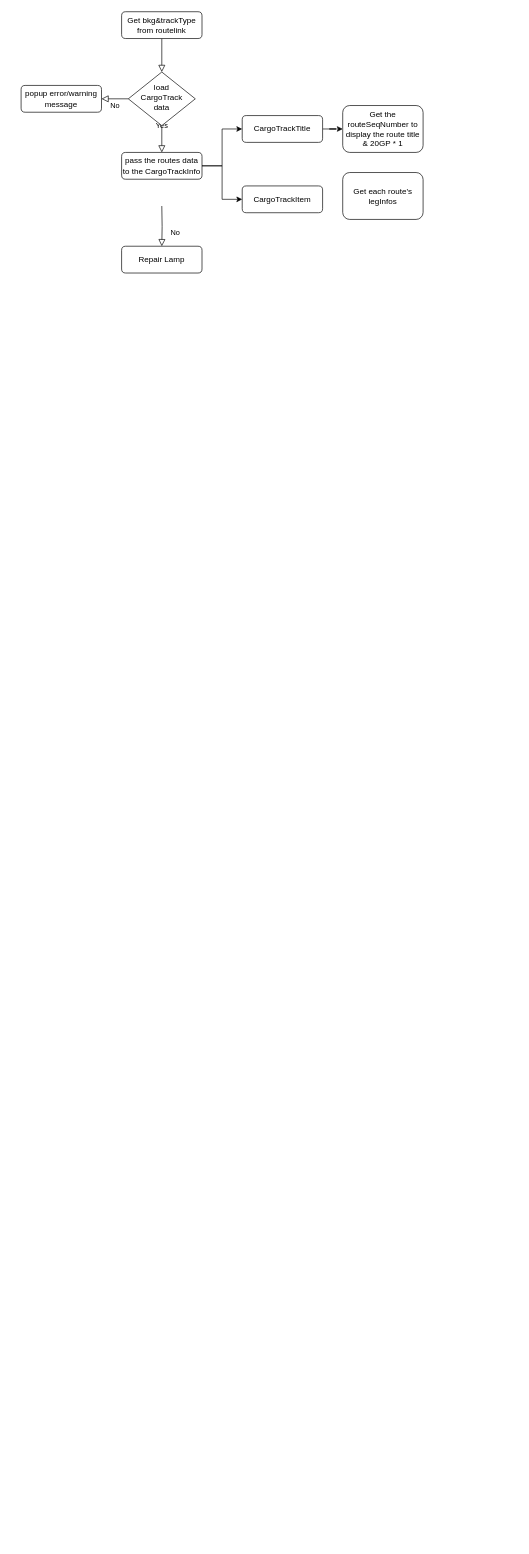
Leewansze/Basic-exercises keeps this draw.io diagram as Untitled Diagram.drawio. Above is the earlier version. Source tidied: cells renumbered, new cells numbered last; positions are measured from the earlier drawing's top-left corner, leaving out a move shared by most shapes. Both pictures are drawn from the tidied source at 67%, with x=0, y=0 at pixel (21, 11).
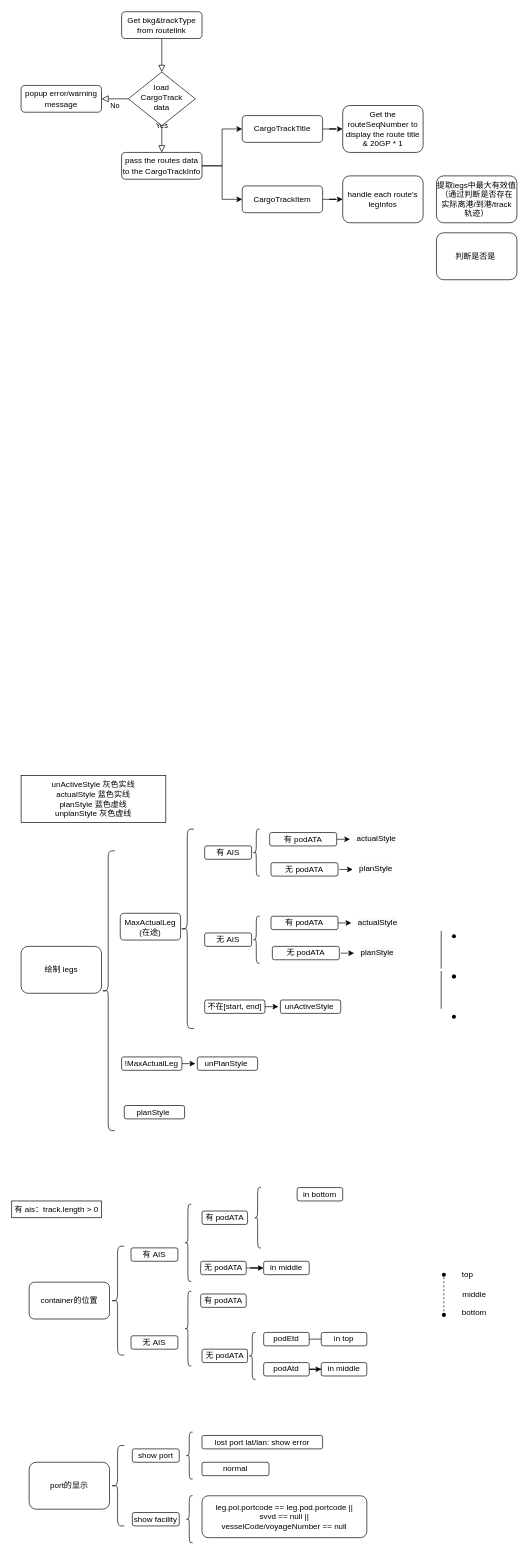
After the change.

Unchanged cells that the change refers to:
```xml
<mxCell id="15" value="CargoTrackItem" style="rounded=1;whiteSpace=wrap;html=1;fontSize=12;glass=0;strokeWidth=1;shadow=0;" parent="1" vertex="1">
  <mxGeometry x="330" y="260" width="120" height="40" as="geometry" />
</mxCell>
```

Change to the diagram source:
```diff
@@
-    <mxCell id="8" value="No" style="rounded=0;html=1;jettySize=auto;fontSize=11;endArrow=block;endFill=0;endSize=8;strokeWidth=1;shadow=0;labelBackgroundColor=none;edgeStyle=orthogonalEdgeStyle;" parent="1" edge="1" target="9">
-      <mxGeometry x="0.33" y="20" relative="1" as="geometry">
-        <mxPoint x="210" y="290" as="sourcePoint" />
-      </mxGeometry>
-    </mxCell>
-    <mxCell id="9" value="Repair Lamp" style="rounded=1;whiteSpace=wrap;html=1;fontSize=12;glass=0;strokeWidth=1;shadow=0;" parent="1" vertex="1">
-      <mxGeometry x="150" y="350" width="120" height="40" as="geometry" />
-    </mxCell>
@@
+    <mxCell id="18" style="edgeStyle=orthogonalEdgeStyle;rounded=0;jettySize=auto;html=1;entryX=0;entryY=0.5;entryDx=0;entryDy=0;" parent="1" edge="1" source="15" target="17">
+      <mxGeometry relative="1" as="geometry" />
+    </mxCell>
@@
-    <mxCell id="17" value="Get each route's legInfos" style="rounded=1;whiteSpace=wrap;html=1;fontSize=12;glass=0;strokeWidth=1;shadow=0;" parent="1" vertex="1">
-      <mxGeometry x="480" y="240" width="120" height="70" as="geometry" />
+    <mxCell id="17" value="handle each route's legInfos" style="rounded=1;whiteSpace=wrap;html=1;fontSize=12;glass=0;strokeWidth=1;shadow=0;" parent="1" vertex="1">
+      <mxGeometry x="480" y="245" width="120" height="70" as="geometry" />
     </mxCell>
+    <mxCell id="19" value="提取legs中最大有效值 （通过判断是否存在实际离港/到港/track 轨迹）" style="rounded=1;whiteSpace=wrap;html=1;fontSize=12;glass=0;strokeWidth=1;shadow=0;" parent="1" vertex="1">
+      <mxGeometry x="620" y="245" width="120" height="70" as="geometry" />
+    </mxCell>
+    <mxCell id="20" value="判断是否是&amp;nbsp;" style="rounded=1;whiteSpace=wrap;html=1;fontSize=12;glass=0;strokeWidth=1;shadow=0;" parent="1" vertex="1">
+      <mxGeometry x="620" y="330" width="120" height="70" as="geometry" />
+    </mxCell>
+    <mxCell id="21" value="绘制 legs" style="rounded=1;whiteSpace=wrap;html=1;fontSize=12;glass=0;strokeWidth=1;shadow=0;" parent="1" vertex="1">
+      <mxGeometry y="1395" width="120" height="70" as="geometry" />
+    </mxCell>
+    <mxCell id="22" value="container的位置" style="rounded=1;whiteSpace=wrap;html=1;fontSize=12;glass=0;strokeWidth=1;shadow=0;" parent="1" vertex="1">
+      <mxGeometry x="12" y="1896.2" width="120" height="55" as="geometry" />
+    </mxCell>
+    <mxCell id="23" value="port的显示" style="rounded=1;whiteSpace=wrap;html=1;fontSize=12;glass=0;strokeWidth=1;shadow=0;" parent="1" vertex="1">
+      <mxGeometry x="12" y="2165" width="120" height="70" as="geometry" />
+    </mxCell>
+    <mxCell id="24" style="shape=curlyBracket;whiteSpace=wrap;html=1;rounded=1;" parent="1" vertex="1">
+      <mxGeometry x="134" y="2140" width="20" height="120" as="geometry" />
+    </mxCell>
+    <mxCell id="25" value="show port" style="rounded=1;whiteSpace=wrap;html=1;fontSize=12;glass=0;strokeWidth=1;shadow=0;" parent="1" vertex="1">
+      <mxGeometry x="166" y="2145" width="70" height="20" as="geometry" />
+    </mxCell>
+    <mxCell id="26" value="show facility" style="rounded=1;whiteSpace=wrap;html=1;fontSize=12;glass=0;strokeWidth=1;shadow=0;" parent="1" vertex="1">
+      <mxGeometry x="166" y="2240" width="70" height="20" as="geometry" />
+    </mxCell>
+    <mxCell id="27" style="shape=curlyBracket;whiteSpace=wrap;html=1;rounded=1;" parent="1" vertex="1">
+      <mxGeometry x="246" y="2120" width="10" height="70" as="geometry" />
+    </mxCell>
+    <mxCell id="28" value="lost port lat/lan: show error" style="rounded=1;whiteSpace=wrap;html=1;fontSize=12;glass=0;strokeWidth=1;shadow=0;" parent="1" vertex="1">
+      <mxGeometry x="270" y="2125" width="180" height="20" as="geometry" />
+    </mxCell>
+    <mxCell id="29" value="normal" style="rounded=1;whiteSpace=wrap;html=1;fontSize=12;glass=0;strokeWidth=1;shadow=0;" parent="1" vertex="1">
+      <mxGeometry x="270" y="2165" width="100" height="20" as="geometry" />
+    </mxCell>
+    <mxCell id="30" style="shape=curlyBracket;whiteSpace=wrap;html=1;rounded=1;" parent="1" vertex="1">
+      <mxGeometry x="246" y="2215" width="10" height="70" as="geometry" />
+    </mxCell>
+    <mxCell id="31" value="leg.pol.portcode == leg.pod.portcode || &lt;br&gt;svvd == null || &lt;br&gt;vesselCode/voyageNumber == null" style="rounded=1;whiteSpace=wrap;html=1;fontSize=12;glass=0;strokeWidth=1;shadow=0;" parent="1" vertex="1">
+      <mxGeometry x="270" y="2215" width="246" height="62.5" as="geometry" />
+    </mxCell>
+    <mxCell id="32" style="shape=curlyBracket;whiteSpace=wrap;html=1;rounded=1;" parent="1" vertex="1">
+      <mxGeometry x="134" y="1842.5" width="20" height="162.5" as="geometry" />
+    </mxCell>
+    <mxCell id="33" value="有 AIS" style="rounded=1;whiteSpace=wrap;html=1;fontSize=12;glass=0;strokeWidth=1;shadow=0;" parent="1" vertex="1">
+      <mxGeometry x="164" y="1845" width="70" height="20" as="geometry" />
+    </mxCell>
+    <mxCell id="34" value="无 AIS" style="rounded=1;whiteSpace=wrap;html=1;fontSize=12;glass=0;strokeWidth=1;shadow=0;" parent="1" vertex="1">
+      <mxGeometry x="164" y="1976.2" width="70" height="20" as="geometry" />
+    </mxCell>
+    <mxCell id="35" style="shape=curlyBracket;whiteSpace=wrap;html=1;rounded=1;" parent="1" vertex="1">
+      <mxGeometry x="244" y="1780" width="10" height="115" as="geometry" />
+    </mxCell>
+    <mxCell id="36" value="有 podATA" style="rounded=1;whiteSpace=wrap;html=1;fontSize=12;glass=0;strokeWidth=1;shadow=0;" parent="1" vertex="1">
+      <mxGeometry x="270" y="1790" width="68" height="20" as="geometry" />
+    </mxCell>
+    <mxCell id="37" style="edgeStyle=orthogonalEdgeStyle;rounded=0;jettySize=auto;html=1;entryX=0;entryY=0.5;entryDx=0;entryDy=0;" parent="1" edge="1" source="38" target="69">
+      <mxGeometry relative="1" as="geometry" />
+    </mxCell>
+    <mxCell id="38" value="无 podATA" style="rounded=1;whiteSpace=wrap;html=1;fontSize=12;glass=0;strokeWidth=1;shadow=0;" parent="1" vertex="1">
+      <mxGeometry x="268" y="1865" width="68" height="20" as="geometry" />
+    </mxCell>
+    <mxCell id="39" style="shape=curlyBracket;whiteSpace=wrap;html=1;rounded=1;" parent="1" vertex="1">
+      <mxGeometry x="244" y="1910" width="10" height="111.2" as="geometry" />
+    </mxCell>
+    <mxCell id="40" value="有 AIS" style="rounded=1;whiteSpace=wrap;html=1;fontSize=12;glass=0;strokeWidth=1;shadow=0;" parent="1" vertex="1">
+      <mxGeometry x="274" y="1245" width="70" height="20" as="geometry" />
+    </mxCell>
+    <mxCell id="41" value="无 AIS" style="rounded=1;whiteSpace=wrap;html=1;fontSize=12;glass=0;strokeWidth=1;shadow=0;" parent="1" vertex="1">
+      <mxGeometry x="274" y="1375" width="70" height="20" as="geometry" />
+    </mxCell>
+    <mxCell id="42" style="shape=curlyBracket;whiteSpace=wrap;html=1;rounded=1;" parent="1" vertex="1">
+      <mxGeometry x="346" y="1220" width="10" height="70" as="geometry" />
+    </mxCell>
+    <mxCell id="43" style="shape=curlyBracket;whiteSpace=wrap;html=1;rounded=1;" parent="1" vertex="1">
+      <mxGeometry x="346" y="1350" width="10" height="70" as="geometry" />
+    </mxCell>
+    <mxCell id="44" style="shape=curlyBracket;whiteSpace=wrap;html=1;rounded=1;" parent="1" vertex="1">
+      <mxGeometry x="120" y="1252.5" width="20" height="417.5" as="geometry" />
+    </mxCell>
+    <mxCell id="45" value="unActiveStyle 灰色实线&lt;br&gt;actualStyle 蓝色实线&lt;br&gt;planStyle 蓝色虚线&lt;br&gt;unplanStyle 灰色虚线" style="rounded=0;whiteSpace=wrap;html=1;" parent="1" vertex="1">
+      <mxGeometry y="1140" width="216" height="70" as="geometry" />
+    </mxCell>
+    <mxCell id="46" value="有 ais：track.length &amp;gt; 0" style="rounded=0;whiteSpace=wrap;html=1;" parent="1" vertex="1">
+      <mxGeometry x="-14" y="1775" width="134" height="25" as="geometry" />
+    </mxCell>
+    <mxCell id="47" style="shape=waypoint;sketch=0;fillStyle=solid;size=6;fillColor=none;perimeter=centerPerimeter;" parent="1" vertex="1">
+      <mxGeometry x="626" y="1360" width="40" height="40" as="geometry" />
+    </mxCell>
+    <mxCell id="48" style="line;strokeWidth=1;direction=south;html=1;" parent="1" vertex="1">
+      <mxGeometry x="622" y="1371.9" width="10" height="56.2" as="geometry" />
+    </mxCell>
+    <mxCell id="49" style="shape=waypoint;sketch=0;fillStyle=solid;size=6;fillColor=none;perimeter=centerPerimeter;" parent="1" vertex="1">
+      <mxGeometry x="626" y="1420" width="40" height="40" as="geometry" />
+    </mxCell>
+    <mxCell id="50" style="shape=waypoint;sketch=0;fillStyle=solid;size=6;fillColor=none;perimeter=centerPerimeter;" parent="1" vertex="1">
+      <mxGeometry x="626" y="1420" width="40" height="40" as="geometry" />
+    </mxCell>
+    <mxCell id="51" style="line;strokeWidth=1;direction=south;html=1;" parent="1" vertex="1">
+      <mxGeometry x="622" y="1431.9" width="10" height="56.2" as="geometry" />
+    </mxCell>
+    <mxCell id="52" style="shape=waypoint;sketch=0;fillStyle=solid;size=6;fillColor=none;perimeter=centerPerimeter;" parent="1" vertex="1">
+      <mxGeometry x="626" y="1480" width="40" height="40" as="geometry" />
+    </mxCell>
+    <mxCell id="53" style="shape=waypoint;sketch=0;fillStyle=solid;size=6;fillColor=none;perimeter=centerPerimeter;" parent="1" vertex="1">
+      <mxGeometry x="611" y="1865" width="40" height="40" as="geometry" />
+    </mxCell>
+    <mxCell id="54" style="line;strokeWidth=1;direction=south;html=1;dashed=1;" parent="1" vertex="1">
+      <mxGeometry x="626" y="1888.8" width="10" height="56.2" as="geometry" />
+    </mxCell>
+    <mxCell id="55" style="shape=waypoint;sketch=0;fillStyle=solid;size=6;fillColor=none;perimeter=centerPerimeter;" parent="1" vertex="1">
+      <mxGeometry x="611" y="1925" width="40" height="40" as="geometry" />
+    </mxCell>
+    <mxCell id="56" value="top" style="text;html=1;align=center;verticalAlign=middle;strokeColor=none;" parent="1" vertex="1">
+      <mxGeometry x="651" y="1875" width="30" height="20" as="geometry" />
+    </mxCell>
+    <mxCell id="57" value="bottom" style="text;html=1;align=center;verticalAlign=middle;strokeColor=none;" parent="1" vertex="1">
+      <mxGeometry x="651" y="1931.2" width="50" height="20" as="geometry" />
+    </mxCell>
+    <mxCell id="58" value="middle" style="text;html=1;align=center;verticalAlign=middle;strokeColor=none;" parent="1" vertex="1">
+      <mxGeometry x="651" y="1905" width="50" height="20" as="geometry" />
+    </mxCell>
+    <mxCell id="59" value="in bottom" style="rounded=1;whiteSpace=wrap;html=1;fontSize=12;glass=0;strokeWidth=1;shadow=0;" parent="1" vertex="1">
+      <mxGeometry x="412" y="1755" width="68" height="20" as="geometry" />
+    </mxCell>
+    <mxCell id="60" style="shape=curlyBracket;whiteSpace=wrap;html=1;rounded=1;" parent="1" vertex="1">
+      <mxGeometry x="340" y="1971.2" width="10" height="70" as="geometry" />
+    </mxCell>
+    <mxCell id="61" style="edgeStyle=orthogonalEdgeStyle;rounded=0;jettySize=auto;html=1;" parent="1" edge="1" source="62">
+      <mxGeometry relative="1" as="geometry">
+        <mxPoint x="448" y="1981.2" as="targetPoint" />
+      </mxGeometry>
+    </mxCell>
+    <mxCell id="62" value="podEtd" style="rounded=1;whiteSpace=wrap;html=1;fontSize=12;glass=0;strokeWidth=1;shadow=0;" parent="1" vertex="1">
+      <mxGeometry x="362" y="1971.2" width="68" height="20" as="geometry" />
+    </mxCell>
+    <mxCell id="63" style="edgeStyle=orthogonalEdgeStyle;rounded=0;jettySize=auto;html=1;entryX=0;entryY=0.5;entryDx=0;entryDy=0;" parent="1" edge="1" source="64" target="66">
+      <mxGeometry relative="1" as="geometry" />
+    </mxCell>
+    <mxCell id="64" value="podAtd" style="rounded=1;whiteSpace=wrap;html=1;fontSize=12;glass=0;strokeWidth=1;shadow=0;" parent="1" vertex="1">
+      <mxGeometry x="362" y="2016.2" width="68" height="20" as="geometry" />
+    </mxCell>
+    <mxCell id="65" value="in top" style="rounded=1;whiteSpace=wrap;html=1;fontSize=12;glass=0;strokeWidth=1;shadow=0;" parent="1" vertex="1">
+      <mxGeometry x="448" y="1971.2" width="68" height="20" as="geometry" />
+    </mxCell>
+    <mxCell id="66" value="in middle" style="rounded=1;whiteSpace=wrap;html=1;fontSize=12;glass=0;strokeWidth=1;shadow=0;" parent="1" vertex="1">
+      <mxGeometry x="448" y="2016.2" width="68" height="20" as="geometry" />
+    </mxCell>
+    <mxCell id="67" value="有 podATA" style="rounded=1;whiteSpace=wrap;html=1;fontSize=12;glass=0;strokeWidth=1;shadow=0;" parent="1" vertex="1">
+      <mxGeometry x="268" y="1913.8" width="68" height="20" as="geometry" />
+    </mxCell>
+    <mxCell id="68" value="无 podATA" style="rounded=1;whiteSpace=wrap;html=1;fontSize=12;glass=0;strokeWidth=1;shadow=0;" parent="1" vertex="1">
+      <mxGeometry x="270" y="1996.2" width="68" height="20" as="geometry" />
+    </mxCell>
+    <mxCell id="69" value="in middle" style="rounded=1;whiteSpace=wrap;html=1;fontSize=12;glass=0;strokeWidth=1;shadow=0;" parent="1" vertex="1">
+      <mxGeometry x="362" y="1865" width="68" height="20" as="geometry" />
+    </mxCell>
+    <mxCell id="70" style="shape=curlyBracket;whiteSpace=wrap;html=1;rounded=1;" parent="1" vertex="1">
+      <mxGeometry x="348" y="1755" width="10" height="90" as="geometry" />
+    </mxCell>
+    <mxCell id="71" style="edgeStyle=orthogonalEdgeStyle;rounded=0;jettySize=auto;html=1;" parent="1" edge="1" source="72">
+      <mxGeometry relative="1" as="geometry">
+        <mxPoint x="493" y="1360" as="targetPoint" />
+      </mxGeometry>
+    </mxCell>
+    <mxCell id="72" value="有 podATA" style="rounded=1;whiteSpace=wrap;html=1;fontSize=12;glass=0;strokeWidth=1;shadow=0;" parent="1" vertex="1">
+      <mxGeometry x="373" y="1350" width="100" height="20" as="geometry" />
+    </mxCell>
+    <mxCell id="73" value="无 podATA" style="rounded=1;whiteSpace=wrap;html=1;fontSize=12;glass=0;strokeWidth=1;shadow=0;" parent="1" vertex="1">
+      <mxGeometry x="375" y="1395" width="100" height="20" as="geometry" />
+    </mxCell>
+    <mxCell id="74" value="&lt;span style=&quot;color: rgb(0, 0, 0); font-family: helvetica; font-size: 12px; font-style: normal; font-weight: 400; letter-spacing: normal; text-align: center; text-indent: 0px; text-transform: none; word-spacing: 0px; background-color: rgb(248, 249, 250); display: inline; float: none;&quot;&gt;actualStyle&lt;/span&gt;" style="text;whiteSpace=wrap;html=1;" parent="1" vertex="1">
+      <mxGeometry x="501" y="1344.9" width="80" height="30" as="geometry" />
+    </mxCell>
+    <mxCell id="75" style="edgeStyle=orthogonalEdgeStyle;rounded=0;jettySize=auto;html=1;" parent="1" edge="1" source="76">
+      <mxGeometry relative="1" as="geometry">
+        <mxPoint x="384" y="1485" as="targetPoint" />
+      </mxGeometry>
+    </mxCell>
+    <mxCell id="76" value="不在[start, end]" style="rounded=1;whiteSpace=wrap;html=1;fontSize=12;glass=0;strokeWidth=1;shadow=0;" parent="1" vertex="1">
+      <mxGeometry x="274" y="1475" width="90" height="20" as="geometry" />
+    </mxCell>
+    <mxCell id="77" value="unActiveStyle&amp;nbsp;" style="rounded=1;whiteSpace=wrap;html=1;fontSize=12;glass=0;strokeWidth=1;shadow=0;" parent="1" vertex="1">
+      <mxGeometry x="387" y="1475" width="90" height="20" as="geometry" />
+    </mxCell>
+    <mxCell id="78" style="edgeStyle=orthogonalEdgeStyle;rounded=0;orthogonalLoop=1;jettySize=auto;html=1;" parent="1" edge="1">
+      <mxGeometry relative="1" as="geometry">
+        <mxPoint x="477" y="1405.1" as="sourcePoint" />
+        <mxPoint x="497" y="1405.1" as="targetPoint" />
+      </mxGeometry>
+    </mxCell>
+    <mxCell id="79" value="&lt;span style=&quot;color: rgb(0 , 0 , 0) ; font-family: &amp;#34;helvetica&amp;#34; ; font-size: 12px ; font-style: normal ; font-weight: 400 ; letter-spacing: normal ; text-align: center ; text-indent: 0px ; text-transform: none ; word-spacing: 0px ; background-color: rgb(248 , 249 , 250) ; display: inline ; float: none&quot;&gt;planStyle&lt;/span&gt;" style="text;whiteSpace=wrap;html=1;" parent="1" vertex="1">
+      <mxGeometry x="505" y="1390" width="80" height="30" as="geometry" />
+    </mxCell>
+    <mxCell id="80" style="edgeStyle=orthogonalEdgeStyle;rounded=0;jettySize=auto;html=1;" parent="1" edge="1" source="81">
+      <mxGeometry relative="1" as="geometry">
+        <mxPoint x="491" y="1235.1" as="targetPoint" />
+      </mxGeometry>
+    </mxCell>
+    <mxCell id="81" value="有 podATA" style="rounded=1;whiteSpace=wrap;html=1;fontSize=12;glass=0;strokeWidth=1;shadow=0;" parent="1" vertex="1">
+      <mxGeometry x="371" y="1225.1" width="100" height="20" as="geometry" />
+    </mxCell>
+    <mxCell id="82" value="无 podATA" style="rounded=1;whiteSpace=wrap;html=1;fontSize=12;glass=0;strokeWidth=1;shadow=0;" parent="1" vertex="1">
+      <mxGeometry x="373" y="1270.1" width="100" height="20" as="geometry" />
+    </mxCell>
+    <mxCell id="83" value="&lt;span style=&quot;color: rgb(0, 0, 0); font-family: helvetica; font-size: 12px; font-style: normal; font-weight: 400; letter-spacing: normal; text-align: center; text-indent: 0px; text-transform: none; word-spacing: 0px; background-color: rgb(248, 249, 250); display: inline; float: none;&quot;&gt;actualStyle&lt;/span&gt;" style="text;whiteSpace=wrap;html=1;" parent="1" vertex="1">
+      <mxGeometry x="499" y="1220" width="80" height="30" as="geometry" />
+    </mxCell>
+    <mxCell id="84" style="edgeStyle=orthogonalEdgeStyle;rounded=0;orthogonalLoop=1;jettySize=auto;html=1;" parent="1" edge="1">
+      <mxGeometry relative="1" as="geometry">
+        <mxPoint x="475" y="1280.2" as="sourcePoint" />
+        <mxPoint x="495" y="1280.2" as="targetPoint" />
+      </mxGeometry>
+    </mxCell>
+    <mxCell id="85" value="&lt;span style=&quot;color: rgb(0 , 0 , 0) ; font-family: &amp;#34;helvetica&amp;#34; ; font-size: 12px ; font-style: normal ; font-weight: 400 ; letter-spacing: normal ; text-align: center ; text-indent: 0px ; text-transform: none ; word-spacing: 0px ; background-color: rgb(248 , 249 , 250) ; display: inline ; float: none&quot;&gt;planStyle&lt;/span&gt;" style="text;whiteSpace=wrap;html=1;" parent="1" vertex="1">
+      <mxGeometry x="503" y="1265.1" width="80" height="30" as="geometry" />
+    </mxCell>
+    <mxCell id="86" style="edgeStyle=orthogonalEdgeStyle;rounded=0;jettySize=auto;html=1;" parent="1" edge="1" source="87">
+      <mxGeometry relative="1" as="geometry">
+        <mxPoint x="260" y="1570" as="targetPoint" />
+      </mxGeometry>
+    </mxCell>
+    <mxCell id="87" value="&lt;span&gt;!MaxActualLeg&lt;/span&gt;" style="rounded=1;whiteSpace=wrap;html=1;fontSize=12;glass=0;strokeWidth=1;shadow=0;" parent="1" vertex="1">
+      <mxGeometry x="150" y="1560" width="90" height="20" as="geometry" />
+    </mxCell>
+    <mxCell id="88" value="MaxActualLeg&lt;br&gt;(在途)" style="rounded=1;whiteSpace=wrap;html=1;fontSize=12;glass=0;strokeWidth=1;shadow=0;" parent="1" vertex="1">
+      <mxGeometry x="148" y="1345.6" width="90" height="40" as="geometry" />
+    </mxCell>
+    <mxCell id="89" style="shape=curlyBracket;whiteSpace=wrap;html=1;rounded=1;" parent="1" vertex="1">
+      <mxGeometry x="238" y="1220" width="20" height="297.5" as="geometry" />
+    </mxCell>
+    <mxCell id="90" value="unPlanStyle&amp;nbsp;" style="rounded=1;whiteSpace=wrap;html=1;fontSize=12;glass=0;strokeWidth=1;shadow=0;" parent="1" vertex="1">
+      <mxGeometry x="263" y="1560" width="90" height="20" as="geometry" />
+    </mxCell>
+    <mxCell id="91" value="planStyle&amp;nbsp;" style="rounded=1;whiteSpace=wrap;html=1;fontSize=12;glass=0;strokeWidth=1;shadow=0;" parent="1" vertex="1">
+      <mxGeometry x="154" y="1632.5" width="90" height="20" as="geometry" />
+    </mxCell>
```
